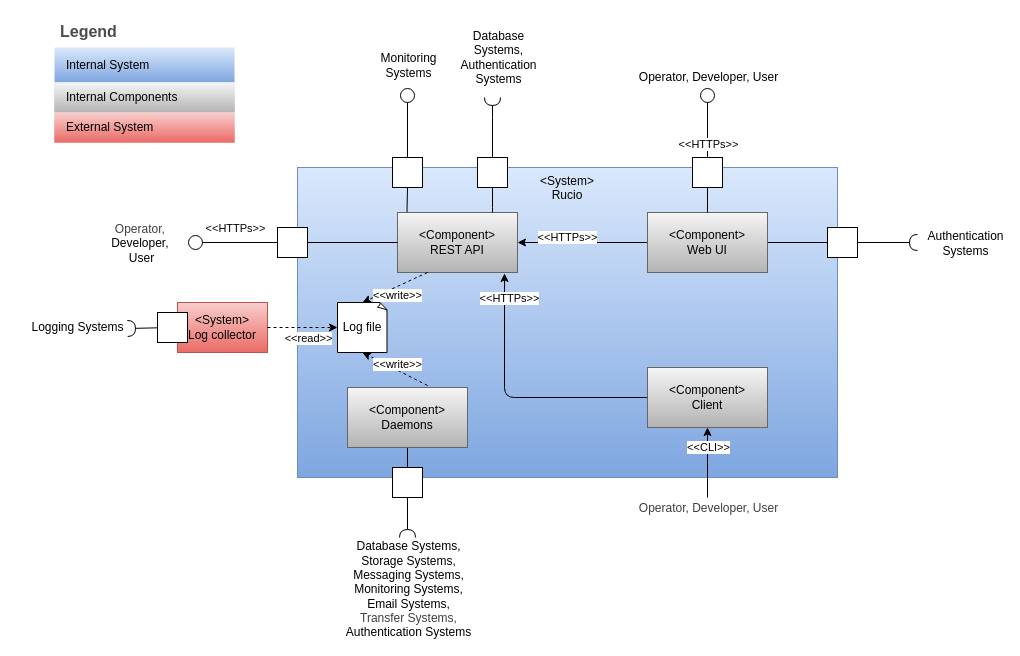
Above: diagrams/Building Block Lvl 1 View.drawio in mgajek-cern/architecture-docs (draw.io), before the change. Source tidied: cells renumbered, new cells numbered last; positions are measured from the earlier drawing's top-left corner, leaving out a move shared by most shapes. Both pictures are drawn from the tidied source at 100%, with x=0, y=0 at pixel (17, 17).
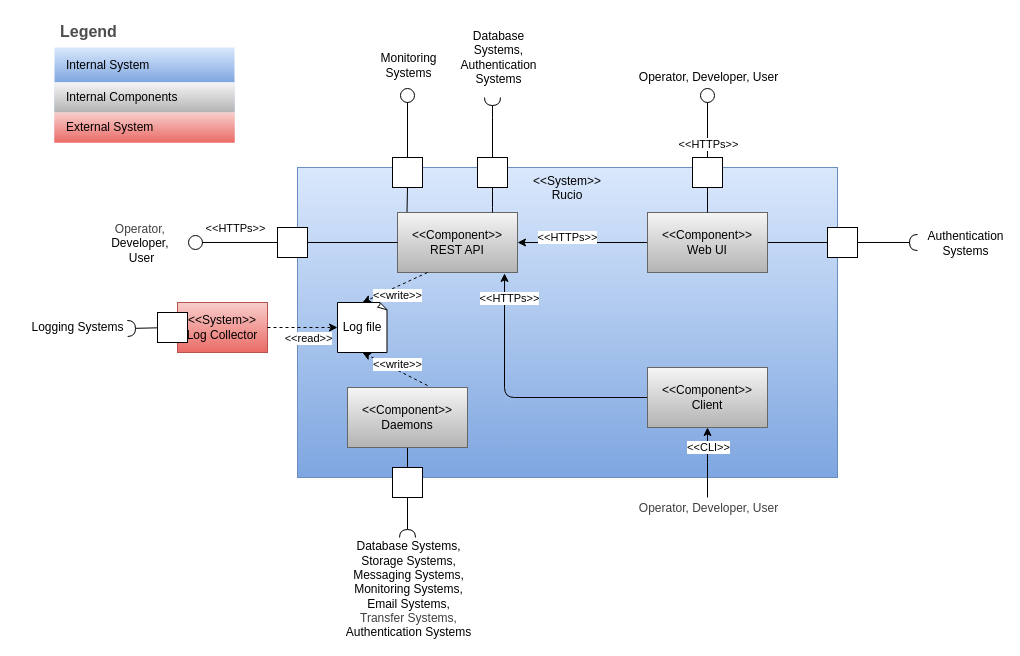
The same diagram, later.

Commit message (it also covers changes not shown here):
fix: conform to UML standards using double angle brackets

The edit, as a diff of the source:
```diff
@@
-    <mxCell id="2" value="&amp;lt;System&amp;gt;&lt;br&gt;Rucio" style="rounded=0;whiteSpace=wrap;html=1;fillColor=#dae8fc;gradientColor=#7ea6e0;strokeColor=#6c8ebf;verticalAlign=top;" parent="1" vertex="1">
+    <mxCell id="2" value="&amp;lt;&amp;lt;System&amp;gt;&amp;gt;&lt;br&gt;Rucio" style="rounded=0;whiteSpace=wrap;html=1;fillColor=#dae8fc;gradientColor=#7ea6e0;strokeColor=#6c8ebf;verticalAlign=top;" parent="1" vertex="1">
       <mxGeometry x="280" y="150" width="540" height="310" as="geometry" />
     </mxCell>
@@
-    <mxCell id="11" value="&amp;lt;Component&amp;gt;&lt;br&gt;REST API" style="rounded=0;whiteSpace=wrap;html=1;fillColor=#f5f5f5;gradientColor=#b3b3b3;strokeColor=#666666;" parent="1" vertex="1">
+    <mxCell id="11" value="&amp;lt;&amp;lt;Component&amp;gt;&amp;gt;&lt;br&gt;REST API" style="rounded=0;whiteSpace=wrap;html=1;fillColor=#f5f5f5;gradientColor=#b3b3b3;strokeColor=#666666;" parent="1" vertex="1">
       <mxGeometry x="380" y="195" width="120" height="60" as="geometry" />
     </mxCell>
@@
-    <mxCell id="14" value="&lt;span style=&quot;color: rgb(0, 0, 0);&quot;&gt;&amp;lt;Component&amp;gt;&lt;/span&gt;&lt;br&gt;Web UI" style="rounded=0;whiteSpace=wrap;html=1;fillColor=#f5f5f5;gradientColor=#b3b3b3;strokeColor=#666666;" parent="1" vertex="1">
+    <mxCell id="14" value="&lt;span style=&quot;color: rgb(0, 0, 0);&quot;&gt;&amp;lt;&amp;lt;Component&amp;gt;&amp;gt;&lt;/span&gt;&lt;br&gt;Web UI" style="rounded=0;whiteSpace=wrap;html=1;fillColor=#f5f5f5;gradientColor=#b3b3b3;strokeColor=#666666;" parent="1" vertex="1">
       <mxGeometry x="630" y="195" width="120" height="60" as="geometry" />
     </mxCell>
@@
-    <mxCell id="20" value="&lt;span style=&quot;color: rgb(0, 0, 0);&quot;&gt;&amp;lt;Component&amp;gt;&lt;/span&gt;&lt;br&gt;Client" style="rounded=0;whiteSpace=wrap;html=1;fillColor=#f5f5f5;gradientColor=#b3b3b3;strokeColor=#666666;" parent="1" vertex="1">
+    <mxCell id="20" value="&lt;span style=&quot;color: rgb(0, 0, 0);&quot;&gt;&amp;lt;&amp;lt;Component&amp;gt;&amp;gt;&lt;/span&gt;&lt;br&gt;Client" style="rounded=0;whiteSpace=wrap;html=1;fillColor=#f5f5f5;gradientColor=#b3b3b3;strokeColor=#666666;" parent="1" vertex="1">
       <mxGeometry x="630" y="350" width="120" height="60" as="geometry" />
     </mxCell>
@@
-    <mxCell id="36" value="&lt;span style=&quot;color: rgb(0, 0, 0);&quot;&gt;&amp;lt;Component&amp;gt;&lt;/span&gt;&lt;br&gt;Daemons" style="rounded=0;whiteSpace=wrap;html=1;fillColor=#f5f5f5;gradientColor=#b3b3b3;strokeColor=#666666;" parent="1" vertex="1">
+    <mxCell id="36" value="&lt;span style=&quot;color: rgb(0, 0, 0);&quot;&gt;&amp;lt;&amp;lt;Component&amp;gt;&amp;gt;&lt;/span&gt;&lt;br&gt;Daemons" style="rounded=0;whiteSpace=wrap;html=1;fillColor=#f5f5f5;gradientColor=#b3b3b3;strokeColor=#666666;" parent="1" vertex="1">
       <mxGeometry x="330" y="370" width="120" height="60" as="geometry" />
     </mxCell>
@@
-    <mxCell id="43" value="&amp;lt;System&amp;gt;&lt;br&gt;Log collector" style="rounded=0;whiteSpace=wrap;html=1;fillColor=#f8cecc;gradientColor=#ea6b66;strokeColor=#b85450;" parent="1" vertex="1">
+    <mxCell id="43" value="&lt;span style=&quot;color: rgb(0, 0, 0);&quot;&gt;&amp;lt;&amp;lt;System&amp;gt;&amp;gt;&lt;/span&gt;&lt;br&gt;Log Collector" style="rounded=0;whiteSpace=wrap;html=1;fillColor=#f8cecc;gradientColor=#ea6b66;strokeColor=#b85450;" parent="1" vertex="1">
       <mxGeometry x="160" y="285" width="90" height="50" as="geometry" />
     </mxCell>
```
